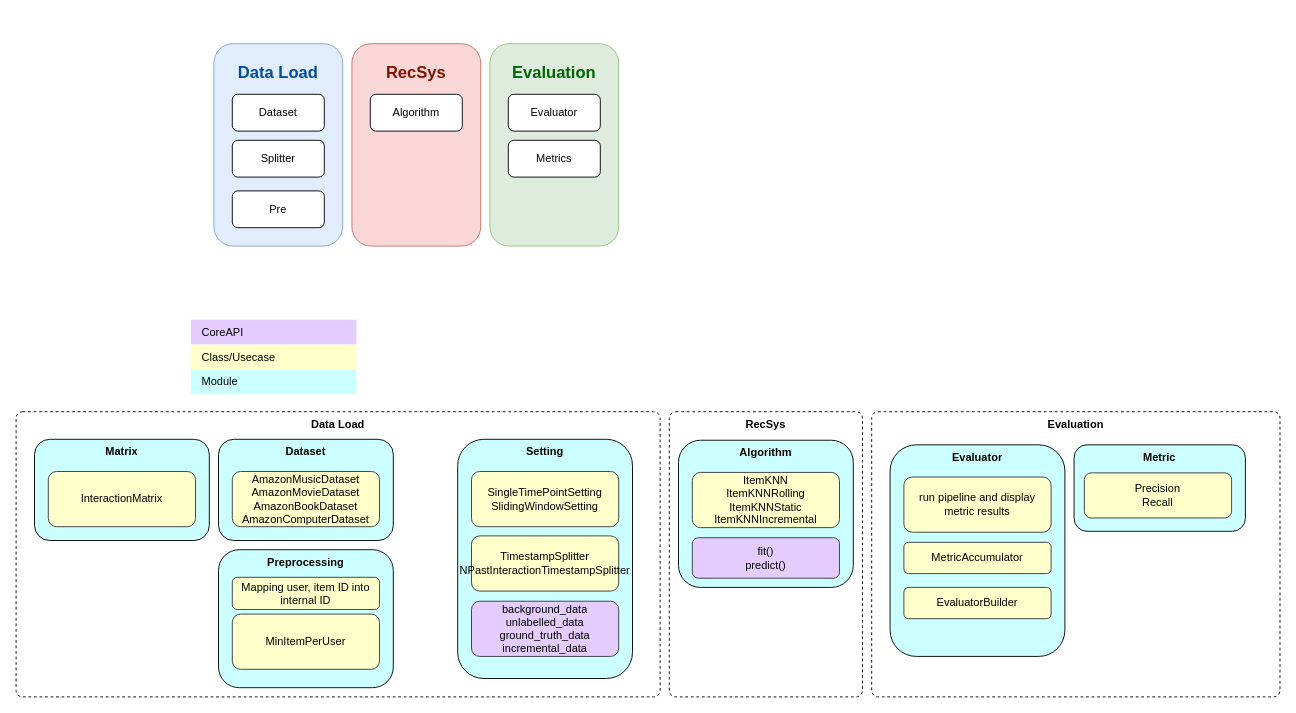
Before: page "framework" (1 of 11) of docs/diagram/sliding_setting_scheme.drawio in HiIAmTzeKean/Streamsight, a draw.io diagram. Source tidied: cells renumbered, new cells numbered last; positions are measured from the earlier drawing's top-left corner, leaving out a move shared by most shapes. Both pictures are drawn from the tidied source at 92%, with x=0, y=0 at pixel (16, 16).
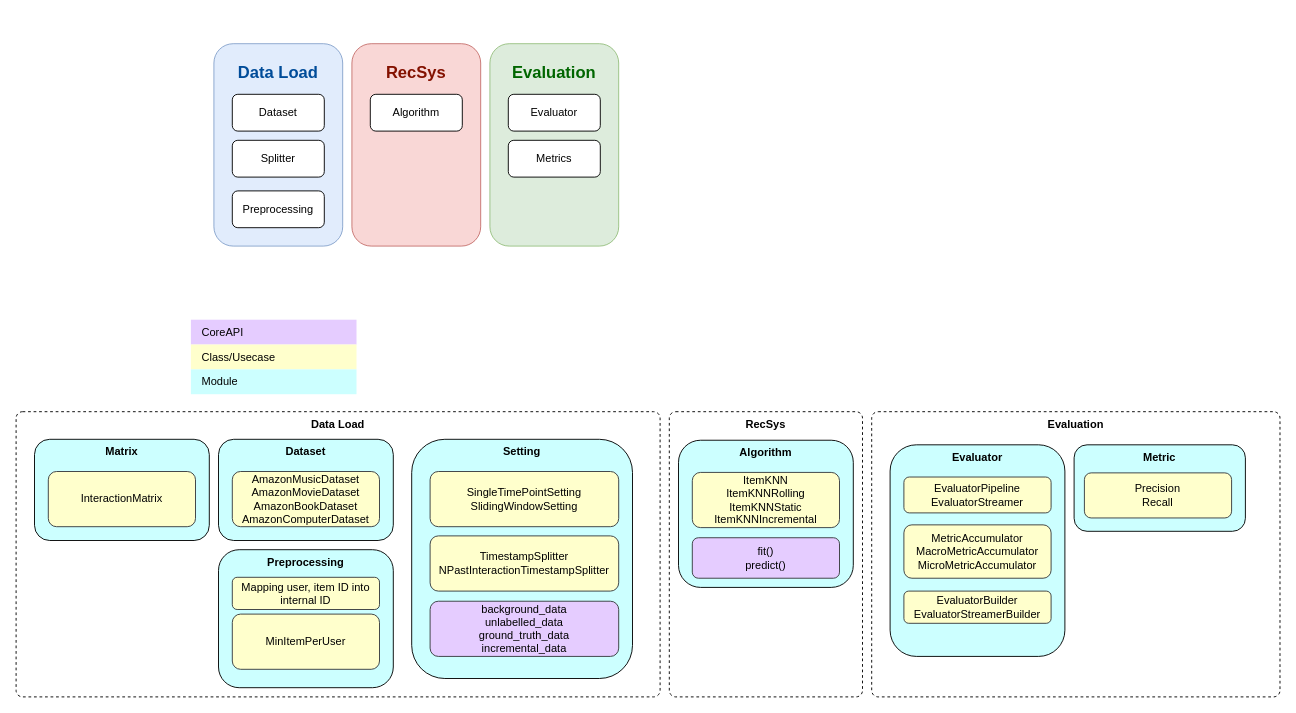
Above is the later version.

The change refers to these unchanged cells:
```xml
<mxCell id="32" style="group;" parent="1" vertex="1">
  <mxGeometry x="190" width="490" height="250" as="geometry" />
</mxCell>
```

The edit, as a diff of the source:
```diff
@@
-    <mxCell id="15" value="run pipeline and display metric results" style="rounded=1;whiteSpace=wrap;html=1;fillColor=#FFFFCC;strokeColor=#36393d;" parent="1" vertex="1">
-      <mxGeometry x="965" y="501" width="160" height="60" as="geometry" />
+    <mxCell id="15" value="EvaluatorPipeline&lt;div&gt;EvaluatorStreamer&lt;/div&gt;" style="rounded=1;whiteSpace=wrap;html=1;fillColor=#FFFFCC;strokeColor=#36393d;" parent="1" vertex="1">
+      <mxGeometry x="965" y="501" width="160" height="39" as="geometry" />
     </mxCell>
     <mxCell id="16" value="Setting" style="rounded=1;whiteSpace=wrap;html=1;verticalAlign=top;fontStyle=1;fillColor=#CCFFFF;strokeColor=#000000;" parent="1" vertex="1">
-      <mxGeometry x="480" y="460" width="190" height="260" as="geometry" />
+      <mxGeometry x="430" y="460" width="240" height="260" as="geometry" />
     </mxCell>
     <mxCell id="17" value="SingleTimePointSetting&lt;div&gt;SlidingWindowSetting&lt;/div&gt;" style="rounded=1;whiteSpace=wrap;html=1;fillColor=#FFFFCC;strokeColor=#36393d;" parent="1" vertex="1">
-      <mxGeometry x="495" y="495" width="160" height="60" as="geometry" />
+      <mxGeometry x="450" y="495" width="205" height="60" as="geometry" />
     </mxCell>
     <mxCell id="18" value="&lt;div&gt;background_data&lt;/div&gt;&lt;div&gt;unlabelled_data&lt;/div&gt;&lt;div&gt;ground_truth_data&lt;/div&gt;&lt;div&gt;incremental_data&lt;/div&gt;" style="rounded=1;whiteSpace=wrap;html=1;fillColor=#E5CCFF;strokeColor=#36393d;" parent="1" vertex="1">
-      <mxGeometry x="495" y="636" width="160" height="60" as="geometry" />
+      <mxGeometry x="450" y="636" width="205" height="60" as="geometry" />
     </mxCell>
@@
-    <mxCell id="27" value="MetricAccumulator" style="rounded=1;whiteSpace=wrap;html=1;fillColor=#FFFFCC;strokeColor=#36393d;" parent="1" vertex="1">
-      <mxGeometry x="965" y="572" width="160" height="34" as="geometry" />
+    <mxCell id="27" value="MetricAccumulator&lt;div&gt;MacroMetricAccumulator&lt;br&gt;&lt;/div&gt;&lt;div&gt;MicroMetricAccumulator&lt;br&gt;&lt;/div&gt;" style="rounded=1;whiteSpace=wrap;html=1;fillColor=#FFFFCC;strokeColor=#36393d;" parent="1" vertex="1">
+      <mxGeometry x="965" y="553" width="160" height="58" as="geometry" />
     </mxCell>
-    <mxCell id="28" value="EvaluatorBuilder" style="rounded=1;whiteSpace=wrap;html=1;fillColor=#FFFFCC;strokeColor=#36393d;" parent="1" vertex="1">
-      <mxGeometry x="965" y="621" width="160" height="34" as="geometry" />
+    <mxCell id="28" value="EvaluatorBuilder&lt;div&gt;EvaluatorStreamerBuilder&lt;/div&gt;" style="rounded=1;whiteSpace=wrap;html=1;fillColor=#FFFFCC;strokeColor=#36393d;" parent="1" vertex="1">
+      <mxGeometry x="965" y="625" width="160" height="35" as="geometry" />
     </mxCell>
     <mxCell id="29" value="TimestampSplitter&lt;div&gt;NPastInteractionTimestampSplitter&lt;br&gt;&lt;/div&gt;" style="rounded=1;whiteSpace=wrap;html=1;fillColor=#FFFFCC;strokeColor=#36393d;" parent="1" vertex="1">
-      <mxGeometry x="495" y="565" width="160" height="60" as="geometry" />
+      <mxGeometry x="450" y="565" width="205" height="60" as="geometry" />
     </mxCell>
@@
-    <mxCell id="42" value="Pre" style="rounded=1;whiteSpace=wrap;html=1;" parent="32" vertex="1">
+    <mxCell id="42" value="Preprocessing" style="rounded=1;whiteSpace=wrap;html=1;" parent="32" vertex="1">
       <mxGeometry x="45" y="190" width="100" height="40" as="geometry" />
     </mxCell>
```
